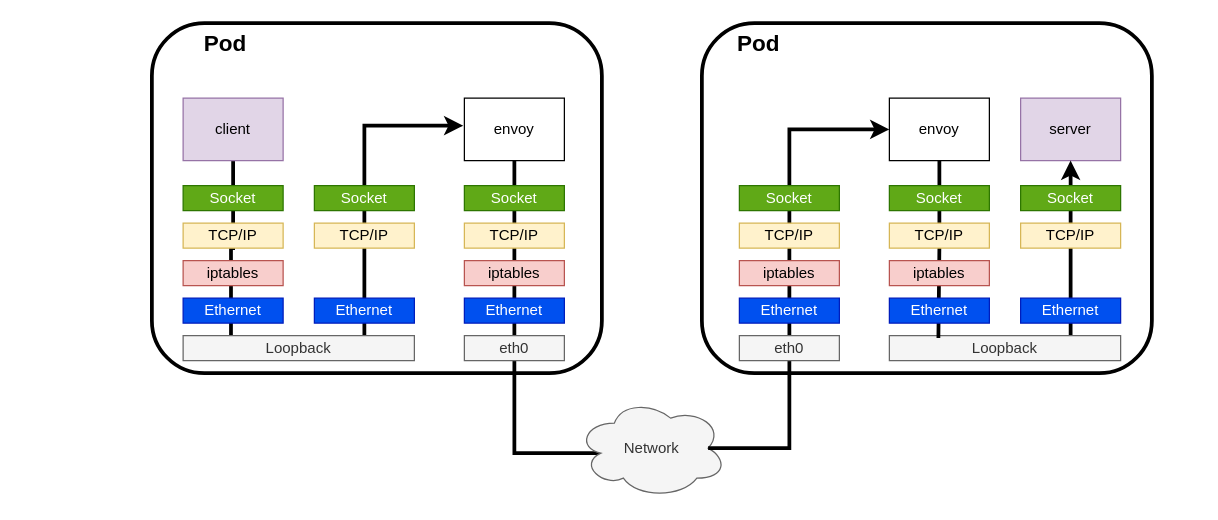
xu1zhou/Documents keeps this draw.io diagram as datapath between sidecar and service(before).drawio. Above is the earlier version. Source tidied: cells renumbered, new cells numbered last; positions are measured from the earlier drawing's top-left corner, leaving out a move shared by most shapes. Both pictures are drawn from the tidied source at 125%, with x=0, y=0 at pixel (151, 22).
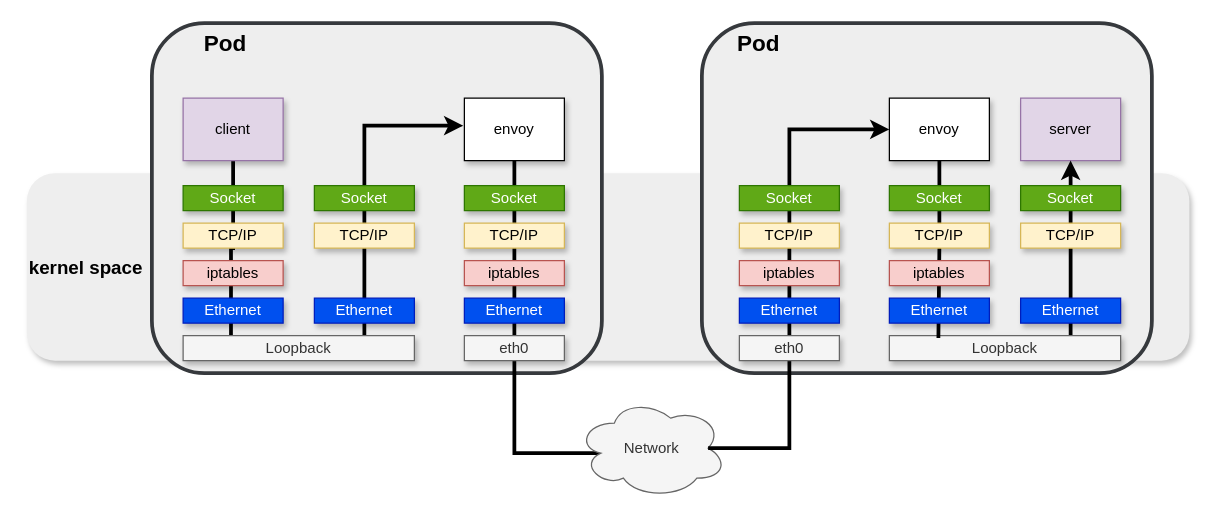
After the change.

What changed in the source:
```diff
@@
+    <mxCell id="41" value="&lt;b&gt;&lt;font style=&quot;font-size: 15px&quot;&gt;kernel space&lt;/font&gt;&lt;/b&gt;" style="rounded=1;whiteSpace=wrap;html=1;shadow=1;align=left;fillColor=#eeeeee;strokeColor=none;" parent="1" vertex="1">
+      <mxGeometry x="-100" y="120" width="930" height="150" as="geometry" />
+    </mxCell>
-    <mxCell id="2" value="&lt;font style=&quot;font-size: 18px&quot;&gt;&lt;b&gt;&amp;nbsp; &amp;nbsp; &amp;nbsp; &amp;nbsp; &lt;font style=&quot;font-size: 18px&quot;&gt;Pod&lt;/font&gt;&lt;/b&gt;&lt;/font&gt;" style="rounded=1;whiteSpace=wrap;html=1;align=left;verticalAlign=top;fontSize=13;strokeWidth=3;" parent="1" vertex="1">
+    <mxCell id="2" value="&lt;font style=&quot;font-size: 18px&quot;&gt;&lt;b&gt;&amp;nbsp; &amp;nbsp; &amp;nbsp; &amp;nbsp; &lt;font style=&quot;font-size: 18px&quot;&gt;Pod&lt;/font&gt;&lt;/b&gt;&lt;/font&gt;" style="rounded=1;whiteSpace=wrap;html=1;align=left;verticalAlign=top;fontSize=13;strokeWidth=3;fillColor=#eeeeee;strokeColor=#36393d;" parent="1" vertex="1">
       <mxGeometry width="360" height="280" as="geometry" />
     </mxCell>
@@
-    <mxCell id="4" value="client" style="rounded=0;whiteSpace=wrap;html=1;fillColor=#e1d5e7;strokeColor=#9673a6;" parent="1" vertex="1">
+    <mxCell id="4" value="client" style="rounded=0;whiteSpace=wrap;html=1;fillColor=#e1d5e7;strokeColor=#9673a6;shadow=1;" parent="1" vertex="1">
       <mxGeometry x="25" y="60" width="80" height="50" as="geometry" />
     </mxCell>
-    <mxCell id="5" value="Socket" style="rounded=0;whiteSpace=wrap;html=1;fillColor=#60a917;strokeColor=#2D7600;fontColor=#ffffff;" parent="1" vertex="1">
+    <mxCell id="5" value="Socket" style="rounded=0;whiteSpace=wrap;html=1;fillColor=#60a917;strokeColor=#2D7600;fontColor=#ffffff;shadow=1;" parent="1" vertex="1">
       <mxGeometry x="25" y="130" width="80" height="20" as="geometry" />
     </mxCell>
-    <mxCell id="6" value="TCP/IP" style="rounded=0;whiteSpace=wrap;html=1;fillColor=#fff2cc;strokeColor=#d6b656;" parent="1" vertex="1">
+    <mxCell id="6" value="TCP/IP" style="rounded=0;whiteSpace=wrap;html=1;fillColor=#fff2cc;strokeColor=#d6b656;shadow=1;" parent="1" vertex="1">
       <mxGeometry x="25" y="160" width="80" height="20" as="geometry" />
     </mxCell>
-    <mxCell id="7" value="iptables" style="rounded=0;whiteSpace=wrap;html=1;fillColor=#f8cecc;strokeColor=#b85450;" parent="1" vertex="1">
+    <mxCell id="7" value="iptables" style="rounded=0;whiteSpace=wrap;html=1;fillColor=#f8cecc;strokeColor=#b85450;shadow=1;" parent="1" vertex="1">
       <mxGeometry x="25" y="190" width="80" height="20" as="geometry" />
     </mxCell>
@@
-    <mxCell id="9" value="Loopback" style="rounded=0;whiteSpace=wrap;html=1;fillColor=#f5f5f5;strokeColor=#666666;fontColor=#333333;" parent="1" vertex="1">
+    <mxCell id="9" value="Loopback" style="rounded=0;whiteSpace=wrap;html=1;fillColor=#f5f5f5;strokeColor=#666666;fontColor=#333333;shadow=1;" parent="1" vertex="1">
       <mxGeometry x="25" y="250" width="185" height="20" as="geometry" />
     </mxCell>
-    <mxCell id="10" value="Ethernet" style="rounded=0;whiteSpace=wrap;html=1;fillColor=#0050ef;strokeColor=#001DBC;fontColor=#ffffff;" parent="1" vertex="1">
+    <mxCell id="10" value="Ethernet" style="rounded=0;whiteSpace=wrap;html=1;fillColor=#0050ef;strokeColor=#001DBC;fontColor=#ffffff;shadow=1;" parent="1" vertex="1">
       <mxGeometry x="25" y="220" width="80" height="20" as="geometry" />
     </mxCell>
-    <mxCell id="11" value="Socket" style="rounded=0;whiteSpace=wrap;html=1;fillColor=#60a917;strokeColor=#2D7600;fontColor=#ffffff;" parent="1" vertex="1">
+    <mxCell id="11" value="Socket" style="rounded=0;whiteSpace=wrap;html=1;fillColor=#60a917;strokeColor=#2D7600;fontColor=#ffffff;shadow=1;" parent="1" vertex="1">
       <mxGeometry x="130" y="130" width="80" height="20" as="geometry" />
     </mxCell>
-    <mxCell id="12" value="TCP/IP" style="rounded=0;whiteSpace=wrap;html=1;fillColor=#fff2cc;strokeColor=#d6b656;" parent="1" vertex="1">
+    <mxCell id="12" value="TCP/IP" style="rounded=0;whiteSpace=wrap;html=1;fillColor=#fff2cc;strokeColor=#d6b656;shadow=1;" parent="1" vertex="1">
       <mxGeometry x="130" y="160" width="80" height="20" as="geometry" />
     </mxCell>
-    <mxCell id="13" value="Ethernet" style="rounded=0;whiteSpace=wrap;html=1;fillColor=#0050ef;strokeColor=#001DBC;fontColor=#ffffff;" parent="1" vertex="1">
+    <mxCell id="13" value="Ethernet" style="rounded=0;whiteSpace=wrap;html=1;fillColor=#0050ef;strokeColor=#001DBC;fontColor=#ffffff;shadow=1;" parent="1" vertex="1">
       <mxGeometry x="130" y="220" width="80" height="20" as="geometry" />
     </mxCell>
@@
-    <mxCell id="15" value="envoy" style="rounded=0;whiteSpace=wrap;html=1;" parent="1" vertex="1">
+    <mxCell id="15" value="envoy" style="rounded=0;whiteSpace=wrap;html=1;shadow=1;" parent="1" vertex="1">
       <mxGeometry x="250" y="60" width="80" height="50" as="geometry" />
     </mxCell>
-    <mxCell id="16" value="Socket" style="rounded=0;whiteSpace=wrap;html=1;fillColor=#60a917;strokeColor=#2D7600;fontColor=#ffffff;" parent="1" vertex="1">
+    <mxCell id="16" value="Socket" style="rounded=0;whiteSpace=wrap;html=1;fillColor=#60a917;strokeColor=#2D7600;fontColor=#ffffff;shadow=1;" parent="1" vertex="1">
       <mxGeometry x="250" y="130" width="80" height="20" as="geometry" />
     </mxCell>
-    <mxCell id="17" value="TCP/IP" style="rounded=0;whiteSpace=wrap;html=1;fillColor=#fff2cc;strokeColor=#d6b656;" parent="1" vertex="1">
+    <mxCell id="17" value="TCP/IP" style="rounded=0;whiteSpace=wrap;html=1;fillColor=#fff2cc;strokeColor=#d6b656;shadow=1;" parent="1" vertex="1">
       <mxGeometry x="250" y="160" width="80" height="20" as="geometry" />
     </mxCell>
-    <mxCell id="18" value="iptables" style="rounded=0;whiteSpace=wrap;html=1;fillColor=#f8cecc;strokeColor=#b85450;" parent="1" vertex="1">
+    <mxCell id="18" value="iptables" style="rounded=0;whiteSpace=wrap;html=1;fillColor=#f8cecc;strokeColor=#b85450;shadow=1;" parent="1" vertex="1">
       <mxGeometry x="250" y="190" width="80" height="20" as="geometry" />
     </mxCell>
-    <mxCell id="19" value="Ethernet" style="rounded=0;whiteSpace=wrap;html=1;fillColor=#0050ef;strokeColor=#001DBC;fontColor=#ffffff;" parent="1" vertex="1">
+    <mxCell id="19" value="Ethernet" style="rounded=0;whiteSpace=wrap;html=1;fillColor=#0050ef;strokeColor=#001DBC;fontColor=#ffffff;shadow=1;" parent="1" vertex="1">
       <mxGeometry x="250" y="220" width="80" height="20" as="geometry" />
     </mxCell>
-    <mxCell id="20" value="eth0" style="rounded=0;whiteSpace=wrap;html=1;fillColor=#f5f5f5;strokeColor=#666666;fontColor=#333333;" parent="1" vertex="1">
+    <mxCell id="20" value="eth0" style="rounded=0;whiteSpace=wrap;html=1;fillColor=#f5f5f5;strokeColor=#666666;fontColor=#333333;shadow=1;" parent="1" vertex="1">
       <mxGeometry x="250" y="250" width="80" height="20" as="geometry" />
     </mxCell>
-    <mxCell id="21" value="&lt;span&gt;&amp;nbsp; &amp;nbsp; &amp;nbsp; &amp;nbsp;&amp;nbsp;&lt;/span&gt;&lt;b&gt;&lt;font style=&quot;font-size: 18px&quot;&gt;Pod&lt;/font&gt;&lt;/b&gt;" style="rounded=1;whiteSpace=wrap;html=1;align=left;verticalAlign=top;strokeWidth=3;" parent="1" vertex="1">
+    <mxCell id="21" value="&lt;span&gt;&amp;nbsp; &amp;nbsp; &amp;nbsp; &amp;nbsp;&amp;nbsp;&lt;/span&gt;&lt;b&gt;&lt;font style=&quot;font-size: 18px&quot;&gt;Pod&lt;/font&gt;&lt;/b&gt;" style="rounded=1;whiteSpace=wrap;html=1;align=left;verticalAlign=top;strokeWidth=3;fillColor=#eeeeee;strokeColor=#36393d;" parent="1" vertex="1">
       <mxGeometry x="440" width="360" height="280" as="geometry" />
     </mxCell>
-    <mxCell id="22" value="server" style="rounded=0;whiteSpace=wrap;html=1;fillColor=#e1d5e7;strokeColor=#9673a6;" parent="1" vertex="1">
+    <mxCell id="22" value="server" style="rounded=0;whiteSpace=wrap;html=1;fillColor=#e1d5e7;strokeColor=#9673a6;shadow=1;" parent="1" vertex="1">
       <mxGeometry x="695" y="60" width="80" height="50" as="geometry" />
     </mxCell>
@@
-    <mxCell id="24" value="Loopback" style="rounded=0;whiteSpace=wrap;html=1;fillColor=#f5f5f5;strokeColor=#666666;fontColor=#333333;" parent="1" vertex="1">
+    <mxCell id="24" value="Loopback" style="rounded=0;whiteSpace=wrap;html=1;fillColor=#f5f5f5;strokeColor=#666666;fontColor=#333333;shadow=1;" parent="1" vertex="1">
       <mxGeometry x="590" y="250" width="185" height="20" as="geometry" />
     </mxCell>
-    <mxCell id="25" value="Socket" style="rounded=0;whiteSpace=wrap;html=1;fillColor=#60a917;strokeColor=#2D7600;fontColor=#ffffff;" parent="1" vertex="1">
+    <mxCell id="25" value="Socket" style="rounded=0;whiteSpace=wrap;html=1;fillColor=#60a917;strokeColor=#2D7600;fontColor=#ffffff;shadow=1;" parent="1" vertex="1">
       <mxGeometry x="695" y="130" width="80" height="20" as="geometry" />
     </mxCell>
-    <mxCell id="26" value="TCP/IP" style="rounded=0;whiteSpace=wrap;html=1;fillColor=#fff2cc;strokeColor=#d6b656;" parent="1" vertex="1">
+    <mxCell id="26" value="TCP/IP" style="rounded=0;whiteSpace=wrap;html=1;fillColor=#fff2cc;strokeColor=#d6b656;shadow=1;" parent="1" vertex="1">
       <mxGeometry x="695" y="160" width="80" height="20" as="geometry" />
     </mxCell>
-    <mxCell id="27" value="Ethernet" style="rounded=0;whiteSpace=wrap;html=1;fillColor=#0050ef;strokeColor=#001DBC;fontColor=#ffffff;" parent="1" vertex="1">
+    <mxCell id="27" value="Ethernet" style="rounded=0;whiteSpace=wrap;html=1;fillColor=#0050ef;strokeColor=#001DBC;fontColor=#ffffff;shadow=1;" parent="1" vertex="1">
       <mxGeometry x="695" y="220" width="80" height="20" as="geometry" />
     </mxCell>
@@
-    <mxCell id="29" value="envoy" style="rounded=0;whiteSpace=wrap;html=1;" parent="1" vertex="1">
+    <mxCell id="29" value="envoy" style="rounded=0;whiteSpace=wrap;html=1;shadow=1;" parent="1" vertex="1">
       <mxGeometry x="590" y="60" width="80" height="50" as="geometry" />
     </mxCell>
@@
-    <mxCell id="32" value="Socket" style="rounded=0;whiteSpace=wrap;html=1;fillColor=#60a917;strokeColor=#2D7600;fontColor=#ffffff;" parent="1" vertex="1">
+    <mxCell id="32" value="Socket" style="rounded=0;whiteSpace=wrap;html=1;fillColor=#60a917;strokeColor=#2D7600;fontColor=#ffffff;shadow=1;" parent="1" vertex="1">
       <mxGeometry x="470" y="130" width="80" height="20" as="geometry" />
     </mxCell>
-    <mxCell id="33" value="TCP/IP" style="rounded=0;whiteSpace=wrap;html=1;fillColor=#fff2cc;strokeColor=#d6b656;" parent="1" vertex="1">
+    <mxCell id="33" value="TCP/IP" style="rounded=0;whiteSpace=wrap;html=1;fillColor=#fff2cc;strokeColor=#d6b656;shadow=1;" parent="1" vertex="1">
       <mxGeometry x="470" y="160" width="80" height="20" as="geometry" />
     </mxCell>
-    <mxCell id="34" value="iptables" style="rounded=0;whiteSpace=wrap;html=1;fillColor=#f8cecc;strokeColor=#b85450;" parent="1" vertex="1">
+    <mxCell id="34" value="iptables" style="rounded=0;whiteSpace=wrap;html=1;fillColor=#f8cecc;strokeColor=#b85450;shadow=1;" parent="1" vertex="1">
       <mxGeometry x="470" y="190" width="80" height="20" as="geometry" />
     </mxCell>
-    <mxCell id="35" value="Ethernet" style="rounded=0;whiteSpace=wrap;html=1;fillColor=#0050ef;strokeColor=#001DBC;fontColor=#ffffff;" parent="1" vertex="1">
+    <mxCell id="35" value="Ethernet" style="rounded=0;whiteSpace=wrap;html=1;fillColor=#0050ef;strokeColor=#001DBC;fontColor=#ffffff;shadow=1;" parent="1" vertex="1">
       <mxGeometry x="470" y="220" width="80" height="20" as="geometry" />
     </mxCell>
-    <mxCell id="36" value="eth0" style="rounded=0;whiteSpace=wrap;html=1;fillColor=#f5f5f5;strokeColor=#666666;fontColor=#333333;" parent="1" vertex="1">
+    <mxCell id="36" value="eth0" style="rounded=0;whiteSpace=wrap;html=1;fillColor=#f5f5f5;strokeColor=#666666;fontColor=#333333;shadow=1;" parent="1" vertex="1">
       <mxGeometry x="470" y="250" width="80" height="20" as="geometry" />
     </mxCell>
-    <mxCell id="37" value="Socket" style="rounded=0;whiteSpace=wrap;html=1;fillColor=#60a917;strokeColor=#2D7600;fontColor=#ffffff;" parent="1" vertex="1">
+    <mxCell id="37" value="Socket" style="rounded=0;whiteSpace=wrap;html=1;fillColor=#60a917;strokeColor=#2D7600;fontColor=#ffffff;shadow=1;" parent="1" vertex="1">
       <mxGeometry x="590" y="130" width="80" height="20" as="geometry" />
     </mxCell>
-    <mxCell id="38" value="TCP/IP" style="rounded=0;whiteSpace=wrap;html=1;fillColor=#fff2cc;strokeColor=#d6b656;" parent="1" vertex="1">
+    <mxCell id="38" value="TCP/IP" style="rounded=0;whiteSpace=wrap;html=1;fillColor=#fff2cc;strokeColor=#d6b656;shadow=1;" parent="1" vertex="1">
       <mxGeometry x="590" y="160" width="80" height="20" as="geometry" />
     </mxCell>
-    <mxCell id="39" value="iptables" style="rounded=0;whiteSpace=wrap;html=1;fillColor=#f8cecc;strokeColor=#b85450;" parent="1" vertex="1">
+    <mxCell id="39" value="iptables" style="rounded=0;whiteSpace=wrap;html=1;fillColor=#f8cecc;strokeColor=#b85450;shadow=1;" parent="1" vertex="1">
       <mxGeometry x="590" y="190" width="80" height="20" as="geometry" />
     </mxCell>
-    <mxCell id="40" value="Ethernet" style="rounded=0;whiteSpace=wrap;html=1;fillColor=#0050ef;strokeColor=#001DBC;fontColor=#ffffff;" parent="1" vertex="1">
+    <mxCell id="40" value="Ethernet" style="rounded=0;whiteSpace=wrap;html=1;fillColor=#0050ef;strokeColor=#001DBC;fontColor=#ffffff;shadow=1;" parent="1" vertex="1">
       <mxGeometry x="590" y="220" width="80" height="20" as="geometry" />
     </mxCell>
```
